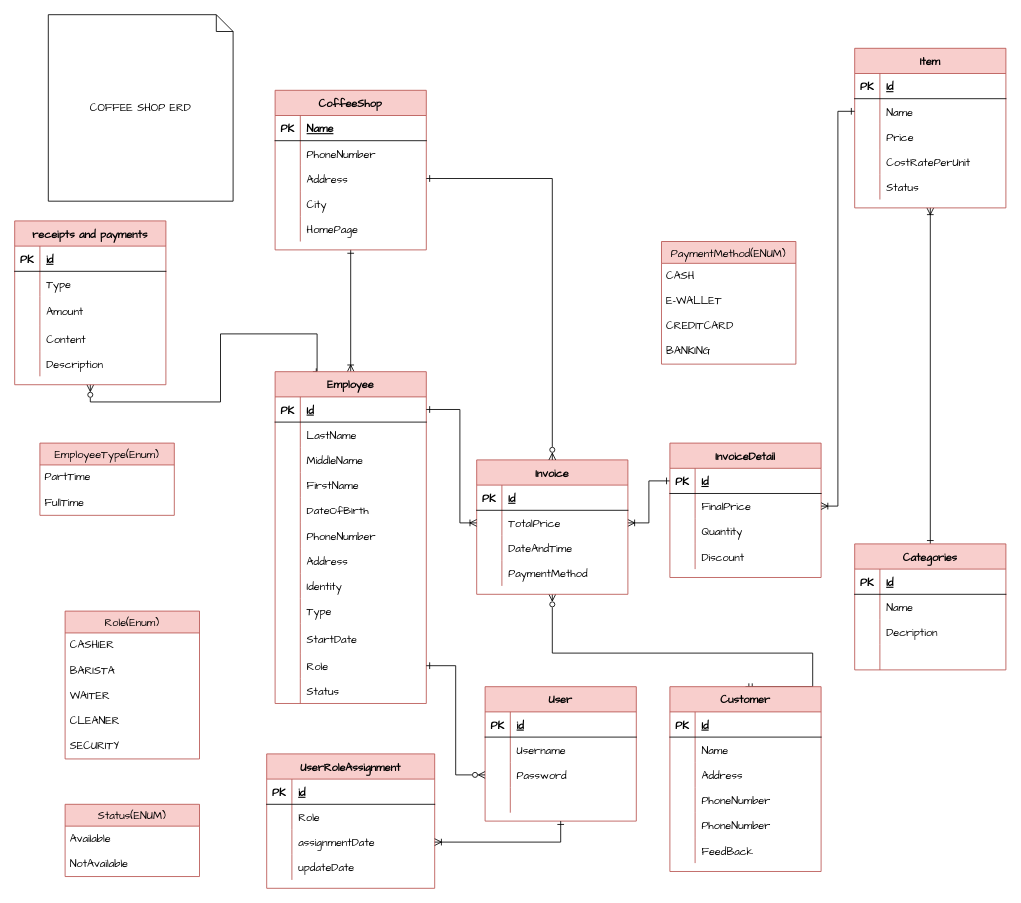
nht8299/PersonalProject_CoffeeShopManegement keeps this draw.io diagram as CoffeeShopERDFinal.drawio. Above is the earlier version. Source tidied: cells renumbered, new cells numbered last; positions are measured from the earlier drawing's top-left corner, leaving out a move shared by most shapes. Both pictures are drawn from the tidied source at 84%, with x=0, y=0 at pixel (14, 14).
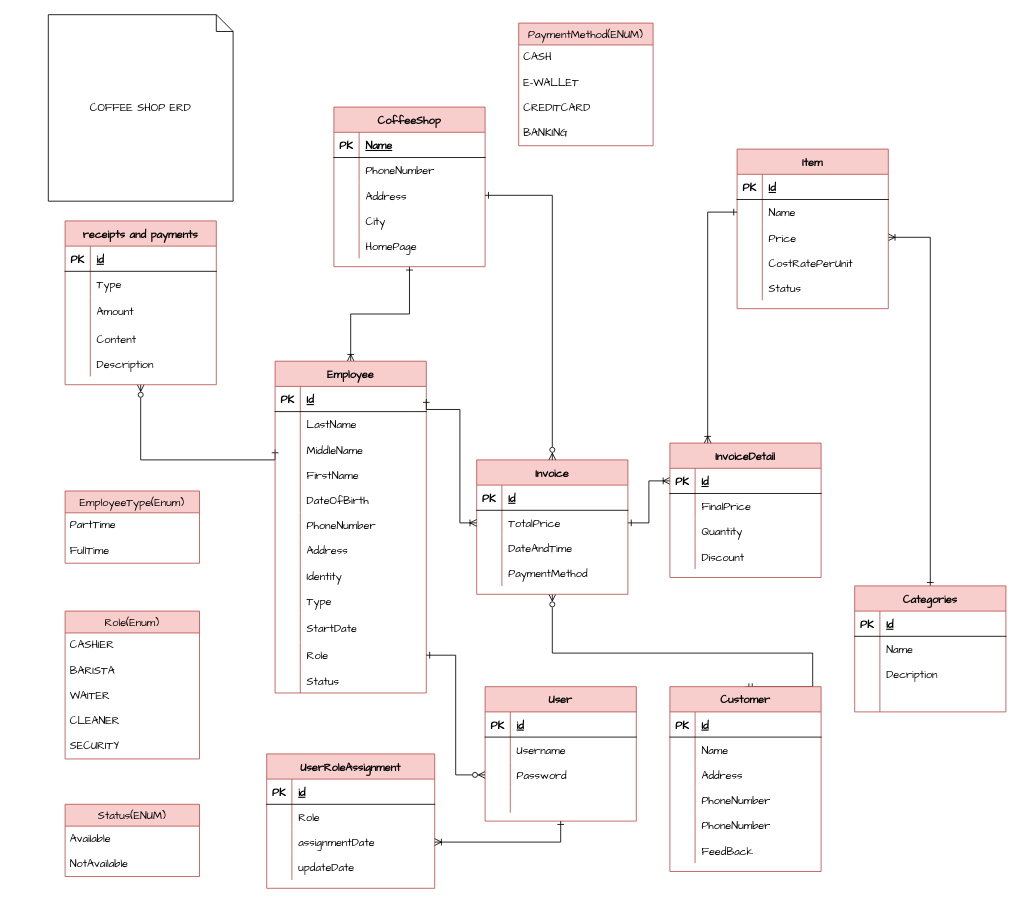
After the change.

Unchanged cells that the change refers to:
```xml
<mxCell id="27" style="shape=tableRow;horizontal=0;startSize=0;swimlaneHead=0;swimlaneBody=0;fillColor=none;points=[[0,0.5],[1,0.5]];portConstraint=eastwest;top=0;left=0;right=0;bottom=0;fontFamily=Comic Sans MS;fontSize=13;" parent="20" vertex="1">
  <mxGeometry y="90" width="180" height="30" as="geometry" />
</mxCell>
<mxCell id="82" style="shape=tableRow;horizontal=0;startSize=0;swimlaneHead=0;swimlaneBody=0;fillColor=none;points=[[0,0.5],[1,0.5]];portConstraint=eastwest;top=0;left=0;right=0;bottom=0;fontFamily=Comic Sans MS;fontSize=13;" parent="78" vertex="1">
  <mxGeometry y="60" width="180" height="30" as="geometry" />
</mxCell>
<mxCell id="85" style="shape=tableRow;horizontal=0;startSize=0;swimlaneHead=0;swimlaneBody=0;fillColor=none;points=[[0,0.5],[1,0.5]];portConstraint=eastwest;top=0;left=0;right=0;bottom=0;fontFamily=Comic Sans MS;fontSize=13;" parent="78" vertex="1">
  <mxGeometry y="90" width="180" height="30" as="geometry" />
</mxCell>
<mxCell id="99" style="shape=tableRow;horizontal=0;startSize=0;swimlaneHead=0;swimlaneBody=0;fillColor=none;points=[[0,0.5],[1,0.5]];portConstraint=eastwest;top=0;left=0;right=0;bottom=0;fontFamily=Comic Sans MS;fontSize=13;" parent="95" vertex="1">
  <mxGeometry y="60" width="180" height="30" as="geometry" />
</mxCell>
<mxCell id="115" value="InvoiceDetail" style="shape=table;startSize=30;childLayout=tableLayout;rowLines=0;fontStyle=1;align=center;fillColor=#f8cecc;strokeColor=#b85450;fontFamily=Comic Sans MS;fontSize=13;" parent="1" vertex="1">
  <mxGeometry x="780" y="510" width="180" height="160" as="geometry" />
</mxCell>
<mxCell id="116" style="shape=tableRow;horizontal=0;startSize=0;swimlaneHead=0;swimlaneBody=0;fillColor=none;points=[[0,0.5],[1,0.5]];portConstraint=eastwest;top=0;left=0;right=0;bottom=1;fontFamily=Comic Sans MS;fontSize=13;" parent="115" vertex="1">
  <mxGeometry y="30" width="180" height="30" as="geometry" />
</mxCell>
<mxCell id="119" style="shape=tableRow;horizontal=0;startSize=0;swimlaneHead=0;swimlaneBody=0;fillColor=none;points=[[0,0.5],[1,0.5]];portConstraint=eastwest;top=0;left=0;right=0;bottom=0;fontFamily=Comic Sans MS;fontSize=13;" parent="115" vertex="1">
  <mxGeometry y="60" width="180" height="30" as="geometry" />
</mxCell>
```

What changed in the source:
```diff
@@
-    <mxCell id="2" style="edgeStyle=orthogonalEdgeStyle;rounded=0;jettySize=auto;html=1;exitX=0.5;exitY=1;exitDx=0;exitDy=0;endArrow=ERoneToMany;endFill=0;startArrow=ERone;startFill=0;fontFamily=Comic Sans MS;fontSize=13;" parent="1" edge="1" source="3" target="20">
+    <mxCell id="2" style="edgeStyle=orthogonalEdgeStyle;rounded=0;jettySize=auto;html=1;exitX=0.5;exitY=1;exitDx=0;exitDy=0;endArrow=ERoneToMany;endFill=0;startArrow=ERone;startFill=0;fontFamily=Comic Sans MS;fontSize=13;entryX=0.5;entryY=0;entryDx=0;entryDy=0;" parent="1" edge="1" source="3" target="20">
       <mxGeometry relative="1" as="geometry" />
     </mxCell>
     <mxCell id="3" value="CoffeeShop" style="shape=table;startSize=30;childLayout=tableLayout;rowLines=0;fontStyle=1;align=center;fillColor=#f8cecc;strokeColor=#b85450;fontFamily=Comic Sans MS;fontSize=13;" parent="1" vertex="1">
-      <mxGeometry x="310" y="90" width="180" height="190" as="geometry" />
+      <mxGeometry x="380" y="110" width="180" height="190" as="geometry" />
     </mxCell>
@@
-    <mxCell id="19" style="edgeStyle=orthogonalEdgeStyle;rounded=0;jettySize=auto;html=1;exitX=0.25;exitY=0;exitDx=0;exitDy=0;entryX=0.5;entryY=1;entryDx=0;entryDy=0;endArrow=ERzeroToMany;endFill=0;startArrow=ERone;startFill=0;fontFamily=Comic Sans MS;fontSize=13;" parent="1" edge="1" source="20" target="155">
+    <mxCell id="19" style="edgeStyle=orthogonalEdgeStyle;rounded=0;jettySize=auto;html=1;entryX=0.5;entryY=1;entryDx=0;entryDy=0;endArrow=ERzeroToMany;endFill=0;startArrow=ERone;startFill=0;fontFamily=Comic Sans MS;fontSize=13;exitX=0;exitY=0.5;exitDx=0;exitDy=0;" parent="1" edge="1" source="27" target="155">
       <mxGeometry relative="1" as="geometry">
         <Array as="points">
-          <mxPoint x="360" y="425" />
-          <mxPoint x="360" y="380" />
-          <mxPoint x="245" y="380" />
-          <mxPoint x="245" y="461" />
-          <mxPoint x="90" y="461" />
+          <mxPoint x="150" y="530" />
         </Array>
       </mxGeometry>
     </mxCell>
     <mxCell id="20" value="Employee" style="shape=table;startSize=30;childLayout=tableLayout;rowLines=0;fontStyle=1;align=center;fillColor=#f8cecc;strokeColor=#b85450;fontFamily=Comic Sans MS;fontSize=13;" parent="1" vertex="1">
-      <mxGeometry x="310" y="425" width="180" height="395" as="geometry" />
+      <mxGeometry x="310" y="412.5" width="180" height="395" as="geometry" />
     </mxCell>
@@
-    <mxCell id="77" style="edgeStyle=orthogonalEdgeStyle;rounded=0;jettySize=auto;html=1;exitX=0.5;exitY=1;exitDx=0;exitDy=0;startArrow=ERoneToMany;startFill=0;endArrow=ERone;endFill=0;fontFamily=Comic Sans MS;entryX=0.5;entryY=0;entryDx=0;entryDy=0;fontSize=13;" parent="1" edge="1" source="78" target="136">
+    <mxCell id="77" style="edgeStyle=orthogonalEdgeStyle;rounded=0;jettySize=auto;html=1;exitX=1;exitY=0.5;exitDx=0;exitDy=0;startArrow=ERoneToMany;startFill=0;endArrow=ERone;endFill=0;fontFamily=Comic Sans MS;entryX=0.5;entryY=0;entryDx=0;entryDy=0;fontSize=13;" parent="1" edge="1" source="85" target="136">
       <mxGeometry relative="1" as="geometry" />
     </mxCell>
     <mxCell id="78" value="Item" style="shape=table;startSize=30;childLayout=tableLayout;rowLines=0;fontStyle=1;align=center;fillColor=#f8cecc;strokeColor=#b85450;fontFamily=Comic Sans MS;fontSize=13;" parent="1" vertex="1">
-      <mxGeometry x="1000" y="40" width="180" height="190" as="geometry" />
+      <mxGeometry x="860" y="160" width="180" height="190" as="geometry" />
     </mxCell>
@@
-    <mxCell id="94" style="edgeStyle=orthogonalEdgeStyle;rounded=0;jettySize=auto;html=1;exitX=1;exitY=0.5;exitDx=0;exitDy=0;entryX=0;entryY=0.5;entryDx=0;entryDy=0;startArrow=ERoneToMany;startFill=0;endArrow=ERone;endFill=0;fontFamily=Comic Sans MS;fontSize=13;" parent="1" edge="1" source="99" target="116">
+    <mxCell id="94" style="edgeStyle=orthogonalEdgeStyle;rounded=0;jettySize=auto;html=1;exitX=1;exitY=0.5;exitDx=0;exitDy=0;entryX=0;entryY=0.5;entryDx=0;entryDy=0;startArrow=ERone;startFill=0;endArrow=ERoneToMany;endFill=0;fontFamily=Comic Sans MS;fontSize=13;" parent="1" edge="1" source="99" target="116">
       <mxGeometry relative="1" as="geometry" />
     </mxCell>
@@
-    <mxCell id="128" style="edgeStyle=orthogonalEdgeStyle;rounded=0;jettySize=auto;html=1;exitX=0;exitY=0.5;exitDx=0;exitDy=0;entryX=1;entryY=0.5;entryDx=0;entryDy=0;startArrow=ERone;startFill=0;endArrow=ERoneToMany;endFill=0;fontFamily=Comic Sans MS;fontSize=13;" parent="1" edge="1" source="82" target="119">
+    <mxCell id="128" style="edgeStyle=orthogonalEdgeStyle;rounded=0;jettySize=auto;html=1;exitX=0;exitY=0.5;exitDx=0;exitDy=0;entryX=0.25;entryY=0;entryDx=0;entryDy=0;startArrow=ERone;startFill=0;endArrow=ERoneToMany;endFill=0;fontFamily=Comic Sans MS;fontSize=13;" parent="1" edge="1" source="82" target="115">
       <mxGeometry relative="1" as="geometry" />
     </mxCell>
@@
     <mxCell id="132" value="EmployeeType(Enum)" style="swimlane;fontStyle=0;horizontal=1;startSize=26;align=center;fontSize=13;fillColor=#f8cecc;strokeColor=#b85450;fontFamily=Comic Sans MS;" parent="1" vertex="1">
-      <mxGeometry x="30" y="510" width="160" height="86" as="geometry" />
+      <mxGeometry x="60" y="567" width="160" height="86" as="geometry" />
     </mxCell>
@@
     <mxCell id="135" value="PhoneNumber" style="shape=partialRectangle;fillColor=none;top=0;left=0;bottom=0;right=0;align=left;spacingLeft=6;overflow=hidden;fontFamily=Comic Sans MS;fontSize=13;" parent="1" vertex="1">
-      <mxGeometry x="340" y="150" width="150" height="30" as="geometry" />
+      <mxGeometry x="410" y="170" width="150" height="30" as="geometry" />
     </mxCell>
     <mxCell id="136" value="Categories" style="shape=table;startSize=30;childLayout=tableLayout;rowLines=0;fontStyle=1;align=center;fillColor=#f8cecc;strokeColor=#b85450;fontFamily=Comic Sans MS;fontSize=13;" parent="1" vertex="1">
-      <mxGeometry x="1000" y="630" width="180" height="150" as="geometry" />
+      <mxGeometry x="1000" y="680" width="180" height="150" as="geometry" />
     </mxCell>
@@
     <mxCell id="149" value="PaymentMethod(ENUM)" style="swimlane;fontStyle=0;horizontal=1;startSize=26;align=center;fontSize=13;fillColor=#f8cecc;strokeColor=#b85450;fontFamily=Comic Sans MS;" parent="1" vertex="1">
-      <mxGeometry x="770" y="270" width="160" height="146" as="geometry" />
+      <mxGeometry x="600" y="10" width="160" height="146" as="geometry" />
     </mxCell>
@@
     <mxCell id="155" value="receipts and payments" style="shape=table;startSize=30;childLayout=tableLayout;rowLines=0;fontStyle=1;align=center;fillColor=#f8cecc;strokeColor=#b85450;fontFamily=Comic Sans MS;fontSize=13;" parent="1" vertex="1">
-      <mxGeometry y="245.5" width="180" height="195" as="geometry" />
+      <mxGeometry x="60" y="245.5" width="180" height="195" as="geometry" />
     </mxCell>
```
